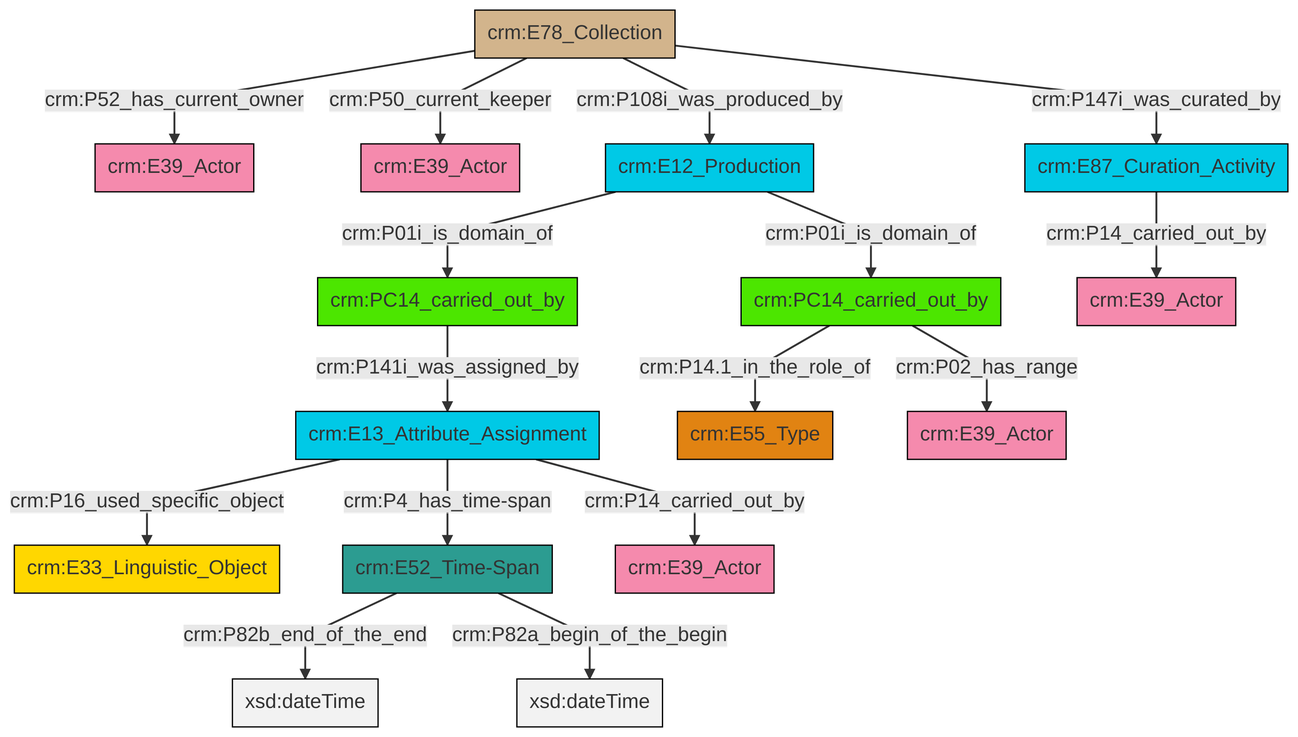
The Mermaid diagram et/archivalCSV/ttl/mmd/png/archival_relation.png in swiss-art-research-net/docs.swissartresearch, before a commit. Its source is kept beside it as et/archivalCSV/ttl/mmd/archival_relation.ttl.mmd.
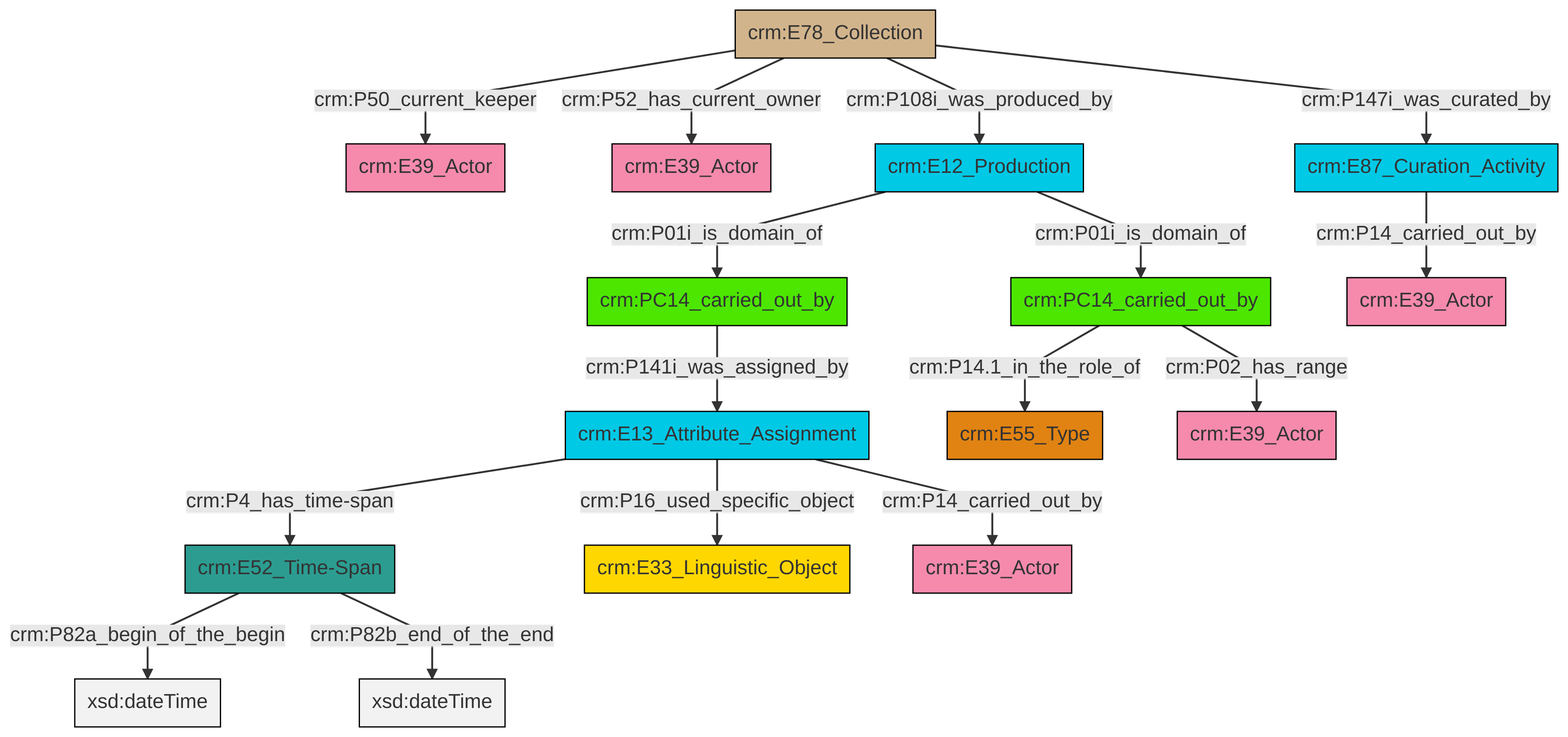
After the change.

The edit, as a diff of the source:
```diff
@@ -13,18 +13,18 @@
 classDef PC_Classes fill:#4ce600, stroke:#000000;
 classDef Multi fill:#cccccc,stroke:#000000;
 
-0["crm:E52_Time-Span"]:::Time-Span -->|crm:P82b_end_of_the_end| 2[xsd:dateTime]:::Literal
-3["crm:E78_Collection"]:::Physical_Thing -->|crm:P52_has_current_owner| 4["crm:E39_Actor"]:::Actor
-10["crm:PC14_carried_out_by"]:::PC_Classes -->|crm:P14.1_in_the_role_of| 11["crm:E55_Type"]:::Type
-3["crm:E78_Collection"]:::Physical_Thing -->|crm:P50_current_keeper| 14["crm:E39_Actor"]:::Actor
-10["crm:PC14_carried_out_by"]:::PC_Classes -->|crm:P02_has_range| 15["crm:E39_Actor"]:::Actor
-3["crm:E78_Collection"]:::Physical_Thing -->|crm:P108i_was_produced_by| 16["crm:E12_Production"]:::Temporal_Entity
-0["crm:E52_Time-Span"]:::Time-Span -->|crm:P82a_begin_of_the_begin| 21[xsd:dateTime]:::Literal
-16["crm:E12_Production"]:::Temporal_Entity -->|crm:P01i_is_domain_of| 8["crm:PC14_carried_out_by"]:::PC_Classes
-16["crm:E12_Production"]:::Temporal_Entity -->|crm:P01i_is_domain_of| 10["crm:PC14_carried_out_by"]:::PC_Classes
-8["crm:PC14_carried_out_by"]:::PC_Classes -->|crm:P141i_was_assigned_by| 12["crm:E13_Attribute_Assignment"]:::Temporal_Entity
-12["crm:E13_Attribute_Assignment"]:::Temporal_Entity -->|crm:P16_used_specific_object| 6["crm:E33_Linguistic_Object"]:::Conceptual_Object
-12["crm:E13_Attribute_Assignment"]:::Temporal_Entity -->|crm:P4_has_time-span| 0["crm:E52_Time-Span"]:::Time-Span
-26["crm:E87_Curation_Activity"]:::Temporal_Entity -->|crm:P14_carried_out_by| 22["crm:E39_Actor"]:::Actor
-12["crm:E13_Attribute_Assignment"]:::Temporal_Entity -->|crm:P14_carried_out_by| 19["crm:E39_Actor"]:::Actor
-3["crm:E78_Collection"]:::Physical_Thing -->|crm:P147i_was_curated_by| 26["crm:E87_Curation_Activity"]:::Temporal_Entity
+0["crm:E13_Attribute_Assignment"]:::Temporal_Entity -->|crm:P4_has_time-span| 1["crm:E52_Time-Span"]:::Time-Span
+0["crm:E13_Attribute_Assignment"]:::Temporal_Entity -->|crm:P16_used_specific_object| 4["crm:E33_Linguistic_Object"]:::Conceptual_Object
+5["crm:PC14_carried_out_by"]:::PC_Classes -->|crm:P141i_was_assigned_by| 0["crm:E13_Attribute_Assignment"]:::Temporal_Entity
+13["crm:E78_Collection"]:::Physical_Thing -->|crm:P52_has_current_owner| 14["crm:E39_Actor"]:::Actor
+1["crm:E52_Time-Span"]:::Time-Span -->|crm:P82a_begin_of_the_begin| 17[xsd:dateTime]:::Literal
+18["crm:PC14_carried_out_by"]:::PC_Classes -->|crm:P02_has_range| 11["crm:E39_Actor"]:::Actor
+19["crm:E87_Curation_Activity"]:::Temporal_Entity -->|crm:P14_carried_out_by| 20["crm:E39_Actor"]:::Actor
+0["crm:E13_Attribute_Assignment"]:::Temporal_Entity -->|crm:P14_carried_out_by| 15["crm:E39_Actor"]:::Actor
+22["crm:E12_Production"]:::Temporal_Entity -->|crm:P01i_is_domain_of| 18["crm:PC14_carried_out_by"]:::PC_Classes
+13["crm:E78_Collection"]:::Physical_Thing -->|crm:P147i_was_curated_by| 19["crm:E87_Curation_Activity"]:::Temporal_Entity
+13["crm:E78_Collection"]:::Physical_Thing -->|crm:P108i_was_produced_by| 22["crm:E12_Production"]:::Temporal_Entity
+13["crm:E78_Collection"]:::Physical_Thing -->|crm:P50_current_keeper| 6["crm:E39_Actor"]:::Actor
+1["crm:E52_Time-Span"]:::Time-Span -->|crm:P82b_end_of_the_end| 25[xsd:dateTime]:::Literal
+22["crm:E12_Production"]:::Temporal_Entity -->|crm:P01i_is_domain_of| 5["crm:PC14_carried_out_by"]:::PC_Classes
+18["crm:PC14_carried_out_by"]:::PC_Classes -->|crm:P14.1_in_the_role_of| 2["crm:E55_Type"]:::Type
```
